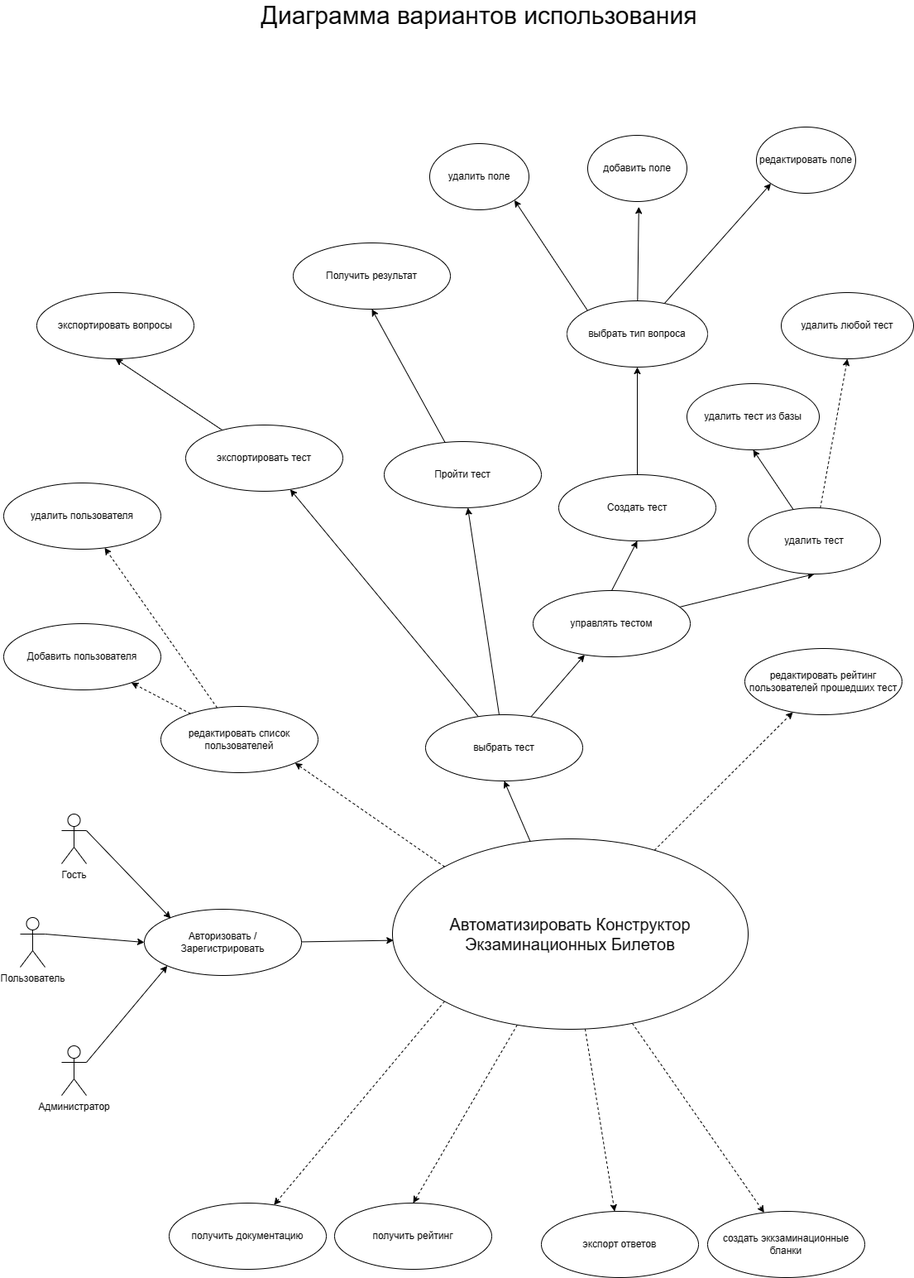
Before: Diagrams/Диограмма Вариантов использования.png, a diagram exported from draw.io (alrx31/ExamineConstructor). Source tidied: cells renumbered, new cells last; positions are measured from the earlier drawing's top-left corner, leaving out a move shared by most shapes.
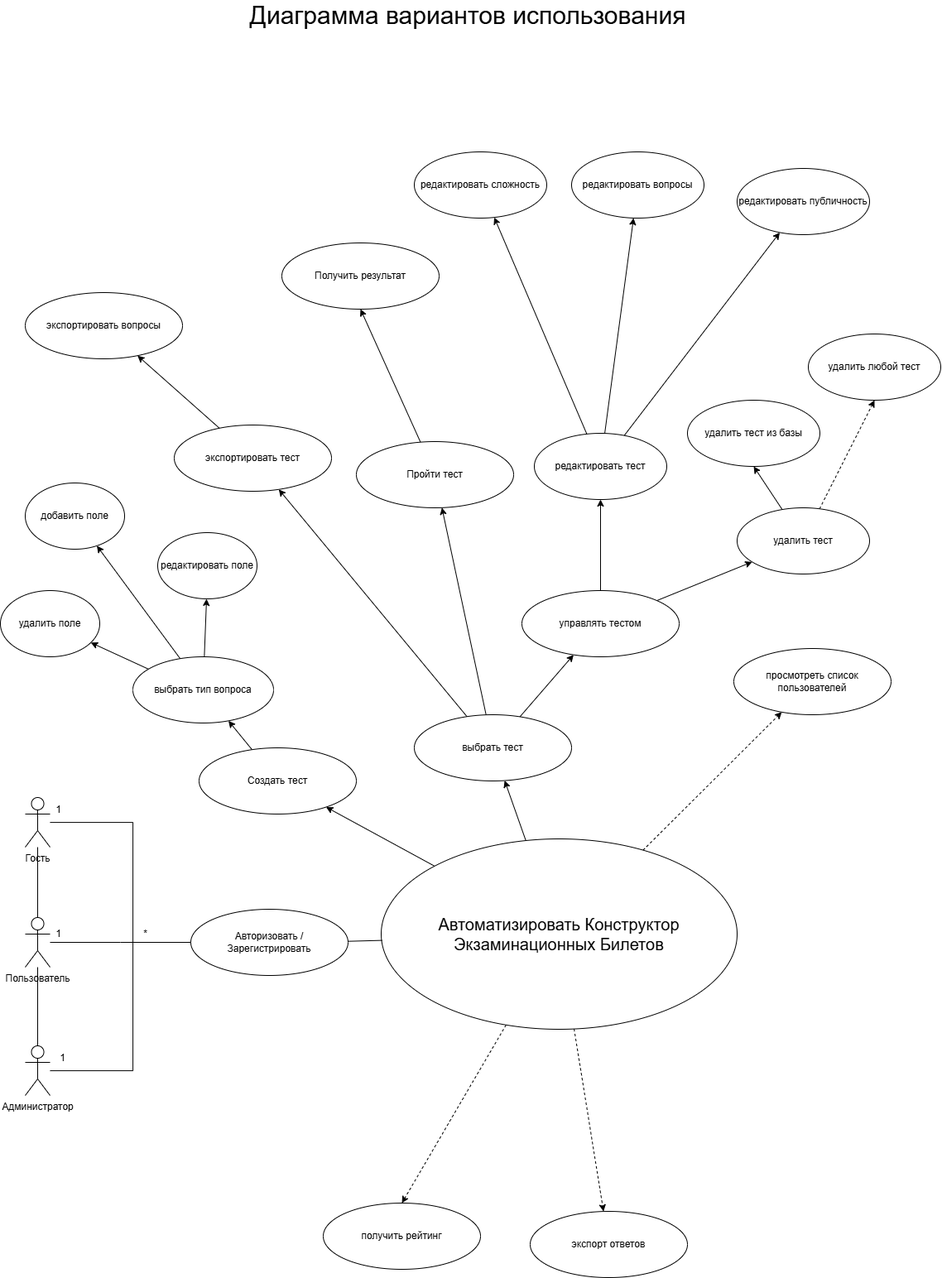
The same diagram one commit later.

Diff of the diagram source:
```diff
@@ -5,10 +5,7 @@
     <mxCell id="2" value="&lt;font style=&quot;font-size: 30px;&quot;&gt;Диаграмма вариантов использования&lt;/font&gt;" style="text;strokeColor=none;align=center;fillColor=none;html=1;verticalAlign=middle;whiteSpace=wrap;rounded=0;" parent="1" vertex="1">
       <mxGeometry x="285" width="580" height="30" as="geometry" />
     </mxCell>
-    <mxCell id="3" style="rounded=0;jettySize=auto;html=1;exitX=0;exitY=1;exitDx=0;exitDy=0;dashed=1;" parent="1" edge="1" source="7" target="39">
-      <mxGeometry relative="1" as="geometry" />
-    </mxCell>
-    <mxCell id="4" style="rounded=0;jettySize=auto;html=1;entryX=0.5;entryY=1;entryDx=0;entryDy=0;" parent="1" edge="1" source="7" target="31">
+    <mxCell id="4" style="rounded=0;jettySize=auto;html=1;" parent="1" edge="1" source="7" target="31">
       <mxGeometry relative="1" as="geometry" />
     </mxCell>
     <mxCell id="5" style="rounded=0;jettySize=auto;html=1;entryX=0.5;entryY=0;entryDx=0;entryDy=0;dashed=1;" parent="1" edge="1" source="7" target="32">
@@ -20,50 +17,60 @@
     <mxCell id="7" value="&lt;font style=&quot;font-size: 20px;&quot;&gt;Автоматизировать Конструктор Экзаминационных Билетов&lt;/font&gt;" style="ellipse;whiteSpace=wrap;html=1;" parent="1" vertex="1">
       <mxGeometry x="470" y="1010" width="430" height="230" as="geometry" />
     </mxCell>
-    <mxCell id="8" style="rounded=0;jettySize=auto;html=1;exitX=1;exitY=0.3333333333333333;exitDx=0;exitDy=0;exitPerimeter=0;entryX=0;entryY=0.5;entryDx=0;entryDy=0;" parent="1" edge="1" source="9" target="53">
-      <mxGeometry relative="1" as="geometry" />
-    </mxCell>
+    <mxCell id="56" style="edgeStyle=orthogonalEdgeStyle;rounded=0;jettySize=auto;html=1;endArrow=none;endFill=0;" parent="1" edge="1" source="9" target="41">
+      <mxGeometry relative="1" as="geometry" />
+    </mxCell>
+    <mxCell id="57" style="edgeStyle=orthogonalEdgeStyle;rounded=0;jettySize=auto;html=1;endArrow=none;endFill=0;" parent="1" edge="1" source="9">
+      <mxGeometry relative="1" as="geometry">
+        <mxPoint x="240" y="1135" as="targetPoint" />
+      </mxGeometry>
+    </mxCell>
     <mxCell id="9" value="Пользователь" style="shape=umlActor;verticalLabelPosition=bottom;verticalAlign=top;html=1;outlineConnect=0;" parent="1" vertex="1">
-      <mxGeometry x="20" y="1105" width="30" height="60" as="geometry" />
+      <mxGeometry x="40" y="1105" width="30" height="60" as="geometry" />
     </mxCell>
     <mxCell id="10" style="rounded=0;jettySize=auto;html=1;entryX=0.5;entryY=1;entryDx=0;entryDy=0;" parent="1" edge="1" source="11" target="44">
       <mxGeometry relative="1" as="geometry" />
     </mxCell>
     <mxCell id="11" value="Пройти тест" style="ellipse;whiteSpace=wrap;html=1;" parent="1" vertex="1">
-      <mxGeometry x="460" y="530" width="190" height="80" as="geometry" />
+      <mxGeometry x="440" y="530" width="190" height="80" as="geometry" />
     </mxCell>
-    <mxCell id="12" style="rounded=0;jettySize=auto;html=1;exitX=0.5;exitY=0;exitDx=0;exitDy=0;entryX=0.5;entryY=1;entryDx=0;entryDy=0;" parent="1" edge="1" source="14" target="20">
+    <mxCell id="12" style="rounded=0;jettySize=auto;html=1;" parent="1" edge="1" source="7" target="20">
       <mxGeometry relative="1" as="geometry" />
     </mxCell>
-    <mxCell id="13" style="rounded=0;jettySize=auto;html=1;entryX=0.5;entryY=1;entryDx=0;entryDy=0;" parent="1" edge="1" source="14" target="25">
+    <mxCell id="13" style="rounded=0;jettySize=auto;html=1;" parent="1" edge="1" source="14" target="25">
       <mxGeometry relative="1" as="geometry" />
     </mxCell>
+    <mxCell id="58" style="rounded=0;jettySize=auto;html=1;" parent="1" edge="1" source="14" target="67">
+      <mxGeometry relative="1" as="geometry" />
+    </mxCell>
     <mxCell id="14" value="управлять тестом" style="ellipse;whiteSpace=wrap;html=1;" parent="1" vertex="1">
       <mxGeometry x="640" y="710" width="190" height="80" as="geometry" />
     </mxCell>
-    <mxCell id="15" style="rounded=0;jettySize=auto;html=1;entryX=0;entryY=1;entryDx=0;entryDy=0;" parent="1" edge="1" source="17" target="22">
+    <mxCell id="15" style="rounded=0;jettySize=auto;html=1;" parent="1" edge="1" source="17" target="22">
       <mxGeometry relative="1" as="geometry" />
     </mxCell>
-    <mxCell id="16" style="rounded=0;jettySize=auto;html=1;exitX=0;exitY=0;exitDx=0;exitDy=0;entryX=1;entryY=1;entryDx=0;entryDy=0;" parent="1" edge="1" source="17" target="28">
-      <mxGeometry relative="1" as="geometry" />
+    <mxCell id="16" style="rounded=0;jettySize=auto;html=1;" parent="1" edge="1" target="28">
+      <mxGeometry relative="1" as="geometry">
+        <mxPoint x="200" y="810" as="sourcePoint" />
+      </mxGeometry>
     </mxCell>
     <mxCell id="17" value="выбрать тип вопроса" style="ellipse;whiteSpace=wrap;html=1;" parent="1" vertex="1">
-      <mxGeometry x="681" y="360" width="170" height="80" as="geometry" />
+      <mxGeometry x="170" y="790" width="170" height="80" as="geometry" />
     </mxCell>
     <mxCell id="18" value="добавить поле" style="ellipse;whiteSpace=wrap;html=1;" parent="1" vertex="1">
-      <mxGeometry x="706" y="160" width="120" height="80" as="geometry" />
+      <mxGeometry x="40" y="580" width="120" height="80" as="geometry" />
     </mxCell>
-    <mxCell id="19" style="rounded=0;jettySize=auto;html=1;exitX=0.5;exitY=0;exitDx=0;exitDy=0;entryX=0.5;entryY=1;entryDx=0;entryDy=0;" parent="1" edge="1" source="20" target="17">
+    <mxCell id="19" style="rounded=0;jettySize=auto;html=1;" parent="1" edge="1" source="20" target="17">
       <mxGeometry relative="1" as="geometry" />
     </mxCell>
     <mxCell id="20" value="Создать тест" style="ellipse;whiteSpace=wrap;html=1;" parent="1" vertex="1">
-      <mxGeometry x="671" y="570" width="190" height="80" as="geometry" />
+      <mxGeometry x="250" y="900" width="190" height="80" as="geometry" />
     </mxCell>
-    <mxCell id="21" style="rounded=0;jettySize=auto;html=1;entryX=0.515;entryY=1.079;entryDx=0;entryDy=0;entryPerimeter=0;" parent="1" edge="1" source="17" target="18">
+    <mxCell id="21" style="rounded=0;jettySize=auto;html=1;" parent="1" edge="1" source="17" target="18">
       <mxGeometry relative="1" as="geometry" />
     </mxCell>
     <mxCell id="22" value="редактировать поле" style="ellipse;whiteSpace=wrap;html=1;" parent="1" vertex="1">
-      <mxGeometry x="910" y="150" width="120" height="80" as="geometry" />
+      <mxGeometry x="200" y="640" width="120" height="80" as="geometry" />
     </mxCell>
     <mxCell id="23" style="rounded=0;jettySize=auto;html=1;entryX=0.5;entryY=1;entryDx=0;entryDy=0;" parent="1" edge="1" source="25" target="26">
       <mxGeometry relative="1" as="geometry" />
@@ -75,13 +82,13 @@
       <mxGeometry x="900" y="610" width="160" height="80" as="geometry" />
     </mxCell>
     <mxCell id="26" value="удалить тест из базы" style="ellipse;whiteSpace=wrap;html=1;" parent="1" vertex="1">
-      <mxGeometry x="826" y="460" width="160" height="80" as="geometry" />
+      <mxGeometry x="840" y="480" width="160" height="80" as="geometry" />
     </mxCell>
     <mxCell id="27" value="удалить любой тест" style="ellipse;whiteSpace=wrap;html=1;" parent="1" vertex="1">
-      <mxGeometry x="940" y="350" width="160" height="80" as="geometry" />
+      <mxGeometry x="986" y="400" width="160" height="80" as="geometry" />
     </mxCell>
     <mxCell id="28" value="удалить поле" style="ellipse;whiteSpace=wrap;html=1;" parent="1" vertex="1">
-      <mxGeometry x="515" y="170" width="120" height="80" as="geometry" />
+      <mxGeometry x="10" y="710" width="120" height="80" as="geometry" />
     </mxCell>
     <mxCell id="29" style="rounded=0;jettySize=auto;html=1;" parent="1" edge="1" source="31" target="14">
       <mxGeometry relative="1" as="geometry" />
@@ -95,7 +102,7 @@
     <mxCell id="32" value="получить рейтинг" style="ellipse;whiteSpace=wrap;html=1;" parent="1" vertex="1">
       <mxGeometry x="400" y="1450" width="190" height="80" as="geometry" />
     </mxCell>
-    <mxCell id="33" style="rounded=0;jettySize=auto;html=1;entryX=0.5;entryY=1;entryDx=0;entryDy=0;" parent="1" edge="1" source="34" target="36">
+    <mxCell id="33" style="rounded=0;jettySize=auto;html=1;" parent="1" edge="1" source="34" target="36">
       <mxGeometry relative="1" as="geometry" />
     </mxCell>
     <mxCell id="34" value="экспортировать тест" style="ellipse;whiteSpace=wrap;html=1;" parent="1" vertex="1">
@@ -107,23 +114,30 @@
     <mxCell id="36" value="экспортировать вопросы" style="ellipse;whiteSpace=wrap;html=1;" parent="1" vertex="1">
       <mxGeometry x="40" y="350" width="190" height="80" as="geometry" />
     </mxCell>
-    <mxCell id="37" value="создать эккзаминационные бланки" style="ellipse;whiteSpace=wrap;html=1;" parent="1" vertex="1">
-      <mxGeometry x="851" y="1460" width="190" height="80" as="geometry" />
-    </mxCell>
-    <mxCell id="38" style="rounded=0;jettySize=auto;html=1;dashed=1;" parent="1" edge="1" source="7" target="37">
-      <mxGeometry relative="1" as="geometry" />
-    </mxCell>
-    <mxCell id="39" value="получить документацию" style="ellipse;whiteSpace=wrap;html=1;" parent="1" vertex="1">
-      <mxGeometry x="200" y="1450" width="190" height="80" as="geometry" />
-    </mxCell>
-    <mxCell id="40" style="rounded=0;jettySize=auto;html=1;exitX=1;exitY=0.3333333333333333;exitDx=0;exitDy=0;exitPerimeter=0;entryX=0;entryY=1;entryDx=0;entryDy=0;" parent="1" edge="1" source="41" target="53">
-      <mxGeometry relative="1" as="geometry" />
+    <mxCell id="40" style="edgeStyle=orthogonalEdgeStyle;rounded=0;jettySize=auto;html=1;entryX=0;entryY=0.5;entryDx=0;entryDy=0;endArrow=none;endFill=0;" parent="1" edge="1" source="41" target="53">
+      <mxGeometry relative="1" as="geometry">
+        <Array as="points">
+          <mxPoint x="170" y="1290" />
+          <mxPoint x="170" y="1135" />
+        </Array>
+      </mxGeometry>
     </mxCell>
     <mxCell id="41" value="Администратор" style="shape=umlActor;verticalLabelPosition=bottom;verticalAlign=top;html=1;outlineConnect=0;" parent="1" vertex="1">
-      <mxGeometry x="70" y="1260" width="30" height="60" as="geometry" />
+      <mxGeometry x="40" y="1260" width="30" height="60" as="geometry" />
     </mxCell>
+    <mxCell id="59" style="edgeStyle=orthogonalEdgeStyle;rounded=0;jettySize=auto;html=1;endArrow=none;endFill=0;" parent="1" edge="1" source="42" target="9">
+      <mxGeometry relative="1" as="geometry" />
+    </mxCell>
+    <mxCell id="55" style="edgeStyle=orthogonalEdgeStyle;rounded=0;jettySize=auto;html=1;entryX=0;entryY=0.5;entryDx=0;entryDy=0;endArrow=none;endFill=0;" parent="1" edge="1" source="42" target="53">
+      <mxGeometry relative="1" as="geometry">
+        <Array as="points">
+          <mxPoint x="170" y="990" />
+          <mxPoint x="170" y="1135" />
+        </Array>
+      </mxGeometry>
+    </mxCell>
     <mxCell id="42" value="Гость&lt;div&gt;&lt;br/&gt;&lt;/div&gt;" style="shape=umlActor;verticalLabelPosition=bottom;verticalAlign=top;html=1;outlineConnect=0;" parent="1" vertex="1">
-      <mxGeometry x="70" y="980" width="30" height="60" as="geometry" />
+      <mxGeometry x="40" y="960" width="30" height="60" as="geometry" />
     </mxCell>
     <mxCell id="43" style="rounded=0;jettySize=auto;html=1;dashed=1;" parent="1" edge="1" source="7" target="45">
       <mxGeometry relative="1" as="geometry" />
@@ -134,35 +148,57 @@
     <mxCell id="45" value="экспорт ответов" style="ellipse;whiteSpace=wrap;html=1;" parent="1" vertex="1">
       <mxGeometry x="650" y="1460" width="190" height="80" as="geometry" />
     </mxCell>
-    <mxCell id="46" value="редактировать рейтинг пользователей прошедших тест" style="ellipse;whiteSpace=wrap;html=1;" parent="1" vertex="1">
+    <mxCell id="46" value="просмотреть список пользователей" style="ellipse;whiteSpace=wrap;html=1;" parent="1" vertex="1">
       <mxGeometry x="896" y="780" width="190" height="80" as="geometry" />
     </mxCell>
-    <mxCell id="47" style="rounded=0;jettySize=auto;html=1;dashed=1;" parent="1" edge="1" source="49" target="51">
-      <mxGeometry relative="1" as="geometry" />
+    <mxCell id="47" style="rounded=0;jettySize=auto;html=1;dashed=1;" parent="1" edge="1" source="x">
+      <mxGeometry relative="1" as="geometry">
+        <mxPoint x="122" y="658.4" as="targetPoint" />
+      </mxGeometry>
     </mxCell>
-    <mxCell id="48" style="rounded=0;jettySize=auto;html=1;dashed=1;" parent="1" edge="1" source="49" target="52">
-      <mxGeometry relative="1" as="geometry" />
+    <mxCell id="48" style="rounded=0;jettySize=auto;html=1;dashed=1;" parent="1" edge="1" target="x">
+      <mxGeometry relative="1" as="geometry">
+        <mxPoint x="225.3" y="858.9" as="sourcePoint" />
+      </mxGeometry>
     </mxCell>
-    <mxCell id="49" value="редактировать список пользователей" style="ellipse;whiteSpace=wrap;html=1;" parent="1" vertex="1">
-      <mxGeometry x="190" y="850" width="190" height="80" as="geometry" />
-    </mxCell>
-    <mxCell id="50" style="rounded=0;jettySize=auto;html=1;exitX=0;exitY=0;exitDx=0;exitDy=0;entryX=1;entryY=1;entryDx=0;entryDy=0;dashed=1;" parent="1" edge="1" source="7" target="49">
-      <mxGeometry relative="1" as="geometry" />
-    </mxCell>
-    <mxCell id="51" value="удалить пользователя" style="ellipse;whiteSpace=wrap;html=1;" parent="1" vertex="1">
-      <mxGeometry y="580" width="190" height="80" as="geometry" />
-    </mxCell>
-    <mxCell id="52" value="Добавить пользователя" style="ellipse;whiteSpace=wrap;html=1;" parent="1" vertex="1">
-      <mxGeometry y="750" width="190" height="80" as="geometry" />
-    </mxCell>
     <mxCell id="53" value="Авторизовать /&lt;div&gt;Зарегистрировать&lt;/div&gt;" style="ellipse;whiteSpace=wrap;html=1;" parent="1" vertex="1">
-      <mxGeometry x="170" y="1095" width="190" height="80" as="geometry" />
+      <mxGeometry x="240" y="1095" width="190" height="80" as="geometry" />
     </mxCell>
-    <mxCell id="54" style="rounded=1;jettySize=auto;html=1;entryX=0.003;entryY=0.533;entryDx=0;entryDy=0;entryPerimeter=0;" parent="1" edge="1" source="53" target="7">
+    <mxCell id="54" style="rounded=1;jettySize=auto;html=1;entryX=0.003;entryY=0.533;entryDx=0;entryDy=0;entryPerimeter=0;endArrow=none;endFill=0;" parent="1" edge="1" source="53" target="7">
       <mxGeometry relative="1" as="geometry" />
     </mxCell>
-    <mxCell id="55" style="rounded=0;jettySize=auto;html=1;entryX=0.168;entryY=0.138;entryDx=0;entryDy=0;entryPerimeter=0;exitX=1;exitY=0.3333333333333333;exitDx=0;exitDy=0;exitPerimeter=0;" parent="1" edge="1" source="42" target="53">
-      <mxGeometry relative="1" as="geometry" />
-    </mxCell>
+    <mxCell id="60" value="*" style="text;html=1;align=center;verticalAlign=middle;strokeColor=none;fillColor=none;" parent="1" vertex="1">
+      <mxGeometry x="170" y="1110" width="30" height="30" as="geometry" />
+    </mxCell>
+    <mxCell id="61" value="1" style="text;html=1;align=center;verticalAlign=middle;strokeColor=none;fillColor=none;" parent="1" vertex="1">
+      <mxGeometry x="65" y="960" width="30" height="30" as="geometry" />
+    </mxCell>
+    <mxCell id="62" value="1" style="text;html=1;align=center;verticalAlign=middle;strokeColor=none;fillColor=none;" parent="1" vertex="1">
+      <mxGeometry x="65" y="1110" width="30" height="30" as="geometry" />
+    </mxCell>
+    <mxCell id="63" value="1" style="text;html=1;align=center;verticalAlign=middle;strokeColor=none;fillColor=none;" parent="1" vertex="1">
+      <mxGeometry x="70" y="1260" width="30" height="30" as="geometry" />
+    </mxCell>
+    <mxCell id="64" style="rounded=0;jettySize=auto;html=1;" parent="1" edge="1" source="67" target="68">
+      <mxGeometry relative="1" as="geometry" />
+    </mxCell>
+    <mxCell id="65" style="rounded=0;jettySize=auto;html=1;" parent="1" edge="1" source="67" target="69">
+      <mxGeometry relative="1" as="geometry" />
+    </mxCell>
+    <mxCell id="66" style="rounded=0;jettySize=auto;html=1;" parent="1" edge="1" source="67" target="70">
+      <mxGeometry relative="1" as="geometry" />
+    </mxCell>
+    <mxCell id="67" value="редактировать тест" style="ellipse;whiteSpace=wrap;html=1;" parent="1" vertex="1">
+      <mxGeometry x="655" y="520" width="160" height="80" as="geometry" />
+    </mxCell>
+    <mxCell id="68" value="редактировать сложность" style="ellipse;whiteSpace=wrap;html=1;" parent="1" vertex="1">
+      <mxGeometry x="510" y="180" width="160" height="80" as="geometry" />
+    </mxCell>
+    <mxCell id="69" value="редактировать вопросы" style="ellipse;whiteSpace=wrap;html=1;" parent="1" vertex="1">
+      <mxGeometry x="700" y="180" width="160" height="80" as="geometry" />
+    </mxCell>
+    <mxCell id="70" value="редактировать публичность" style="ellipse;whiteSpace=wrap;html=1;" parent="1" vertex="1">
+      <mxGeometry x="900" y="200" width="160" height="80" as="geometry" />
+    </mxCell>
   </root>
 </mxGraphModel>
```
